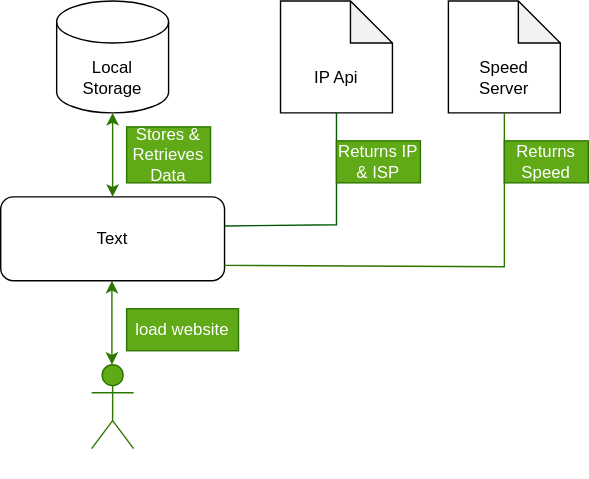
tsxepo-web/InternetSpeedTest keeps this draw.io diagram as SpeedTest.drawio.svg. Above is the earlier version. Source tidied: cells renumbered, new cells last; positions are measured from the earlier drawing's top-left corner, leaving out a move shared by most shapes.
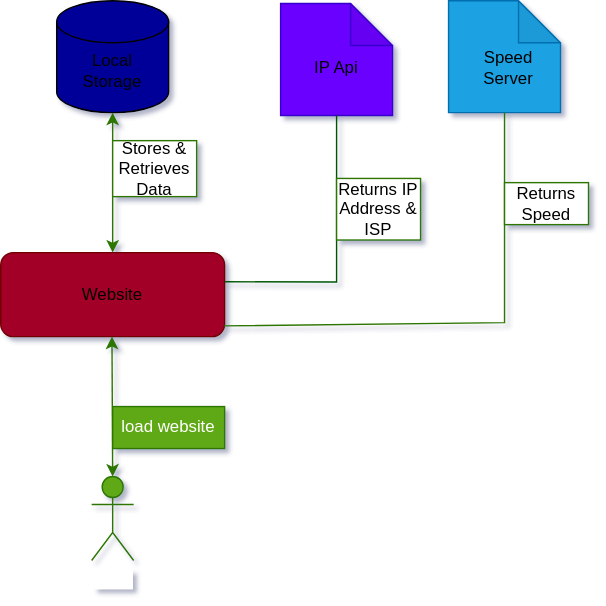
After the change.

What changed in the source:
```diff
@@ -1,70 +1,68 @@
-<mxGraphModel background="#ffffff">
+<mxGraphModel background="#ffffff" shadow="1">
   <root>
     <mxCell id="0" />
     <mxCell id="1" parent="0" />
-    <mxCell id="2" style="rounded=1;whiteSpace=wrap;html=1;" parent="1" vertex="1">
-      <mxGeometry y="140" width="160" height="60" as="geometry" />
+    <mxCell id="2" style="rounded=1;whiteSpace=wrap;html=1;fillColor=#a20025;fontColor=#ffffff;strokeColor=#6F0000;" parent="1" vertex="1">
+      <mxGeometry x="120" y="180" width="160" height="60" as="geometry" />
     </mxCell>
     <mxCell id="3" value="Actor" style="shape=umlActor;verticalLabelPosition=bottom;verticalAlign=top;html=1;outlineConnect=0;fillColor=#60a917;fontColor=#ffffff;strokeColor=#2D7600;labelBackgroundColor=default;" parent="1" vertex="1">
-      <mxGeometry x="65" y="260" width="30" height="60" as="geometry" />
+      <mxGeometry x="185" y="340" width="30" height="60" as="geometry" />
     </mxCell>
-    <mxCell id="4" style="shape=note;whiteSpace=wrap;html=1;backgroundOutline=1;darkOpacity=0.05;" parent="1" vertex="1">
-      <mxGeometry x="200" width="80" height="80" as="geometry" />
+    <mxCell id="4" style="shape=note;whiteSpace=wrap;html=1;backgroundOutline=1;darkOpacity=0.05;fillColor=#6a00ff;fontColor=#ffffff;strokeColor=#3700CC;" parent="1" vertex="1">
+      <mxGeometry x="320" y="2" width="80" height="80" as="geometry" />
     </mxCell>
-    <mxCell id="5" style="shape=note;whiteSpace=wrap;html=1;backgroundOutline=1;darkOpacity=0.05;" parent="1" vertex="1">
-      <mxGeometry x="320" width="80" height="80" as="geometry" />
+    <mxCell id="5" style="shape=note;whiteSpace=wrap;html=1;backgroundOutline=1;darkOpacity=0.05;fillColor=#1ba1e2;fontColor=#ffffff;strokeColor=#006EAF;" parent="1" vertex="1">
+      <mxGeometry x="440" width="80" height="80" as="geometry" />
     </mxCell>
-    <mxCell id="6" style="shape=cylinder3;whiteSpace=wrap;html=1;boundedLbl=1;backgroundOutline=1;size=15;" parent="1" vertex="1">
-      <mxGeometry x="40" width="80" height="80" as="geometry" />
+    <mxCell id="6" style="shape=cylinder3;whiteSpace=wrap;html=1;boundedLbl=1;backgroundOutline=1;size=15;fontColor=#FFFFFF;labelBackgroundColor=none;labelBorderColor=none;fillColor=#000099;" parent="1" vertex="1">
+      <mxGeometry x="160" width="80" height="80" as="geometry" />
     </mxCell>
     <mxCell id="7" style="endArrow=classic;startArrow=classic;html=1;rounded=0;exitX=0.5;exitY=0;exitDx=0;exitDy=0;entryX=0.5;entryY=1;entryDx=0;entryDy=0;entryPerimeter=0;fillColor=#60a917;strokeColor=#2D7600;" parent="1" edge="1" source="2" target="6">
       <mxGeometry relative="1" as="geometry" />
     </mxCell>
-    <mxCell id="8" style="endArrow=classic;startArrow=classic;html=1;rounded=0;exitX=0.5;exitY=0;exitDx=0;exitDy=0;entryX=0.5;entryY=1;entryDx=0;entryDy=0;entryPerimeter=0;fillColor=#60a917;strokeColor=#2D7600;" parent="1" edge="1">
+    <mxCell id="8" style="endArrow=classic;startArrow=classic;html=1;rounded=0;exitX=0.5;exitY=0;exitDx=0;exitDy=0;entryX=0.5;entryY=1;entryDx=0;entryDy=0;entryPerimeter=0;fillColor=#60a917;strokeColor=#2D7600;exitPerimeter=0;" parent="1" edge="1" source="3">
       <mxGeometry relative="1" as="geometry">
-        <mxPoint x="79.5" y="260" as="sourcePoint" />
-        <mxPoint x="79.5" y="200" as="targetPoint" />
+        <mxPoint x="199.5" y="240" as="targetPoint" />
       </mxGeometry>
     </mxCell>
-    <mxCell id="9" style="endArrow=none;html=1;rounded=0;exitX=1.002;exitY=0.347;exitDx=0;exitDy=0;exitPerimeter=0;fillColor=#008a00;strokeColor=#005700;" parent="1" edge="1" source="2">
+    <mxCell id="9" style="endArrow=none;html=1;rounded=0;exitX=1.002;exitY=0.347;exitDx=0;exitDy=0;exitPerimeter=0;fillColor=#008a00;strokeColor=#005700;entryX=0.5;entryY=1;entryDx=0;entryDy=0;entryPerimeter=0;" parent="1" edge="1" source="2" target="4">
       <mxGeometry relative="1" as="geometry">
-        <mxPoint x="240" y="80" as="targetPoint" />
         <Array as="points">
-          <mxPoint x="240" y="160" />
+          <mxPoint x="360" y="201" />
         </Array>
       </mxGeometry>
     </mxCell>
-    <mxCell id="10" style="endArrow=none;html=1;rounded=0;entryX=0.5;entryY=1;entryDx=0;entryDy=0;entryPerimeter=0;fillColor=#60a917;strokeColor=#2D7600;" parent="1" edge="1" target="5">
+    <mxCell id="10" style="endArrow=none;html=1;rounded=0;fillColor=#60a917;strokeColor=#2D7600;exitX=0.996;exitY=0.873;exitDx=0;exitDy=0;exitPerimeter=0;" parent="1" edge="1" source="2">
       <mxGeometry relative="1" as="geometry">
-        <mxPoint x="160" y="189" as="sourcePoint" />
+        <mxPoint x="480" y="80" as="targetPoint" />
         <Array as="points">
-          <mxPoint x="360" y="190" />
+          <mxPoint x="480" y="230" />
         </Array>
       </mxGeometry>
     </mxCell>
     <mxCell id="11" value="Local Storage" style="text;html=1;strokeColor=none;fillColor=none;align=center;verticalAlign=middle;whiteSpace=wrap;rounded=0;" parent="1" vertex="1">
-      <mxGeometry x="50" y="40" width="60" height="30" as="geometry" />
+      <mxGeometry x="170" y="35" width="60" height="30" as="geometry" />
     </mxCell>
-    <mxCell id="12" value="Text" style="text;html=1;strokeColor=none;fillColor=none;align=center;verticalAlign=middle;whiteSpace=wrap;rounded=0;" parent="1" vertex="1">
-      <mxGeometry x="50" y="155" width="60" height="30" as="geometry" />
+    <mxCell id="12" value="Website" style="text;html=1;strokeColor=none;fillColor=none;align=center;verticalAlign=middle;whiteSpace=wrap;rounded=0;" parent="1" vertex="1">
+      <mxGeometry x="170" y="195" width="60" height="30" as="geometry" />
     </mxCell>
     <mxCell id="13" value="Speed Server" style="text;html=1;strokeColor=none;fillColor=none;align=center;verticalAlign=middle;whiteSpace=wrap;rounded=0;" parent="1" vertex="1">
-      <mxGeometry x="330" y="40" width="60" height="30" as="geometry" />
+      <mxGeometry x="453" y="33" width="60" height="30" as="geometry" />
     </mxCell>
     <mxCell id="14" value="IP Api" style="text;html=1;strokeColor=none;fillColor=none;align=center;verticalAlign=middle;whiteSpace=wrap;rounded=0;" parent="1" vertex="1">
-      <mxGeometry x="210" y="40" width="60" height="30" as="geometry" />
+      <mxGeometry x="330" y="33" width="60" height="30" as="geometry" />
     </mxCell>
-    <mxCell id="15" value="Returns Speed" style="text;html=1;strokeColor=#2D7600;fillColor=#60a917;align=center;verticalAlign=middle;whiteSpace=wrap;rounded=0;fontColor=#ffffff;" parent="1" vertex="1">
-      <mxGeometry x="360" y="100" width="60" height="30" as="geometry" />
+    <mxCell id="15" value="Returns Speed" style="text;html=1;strokeColor=#2D7600;fillColor=#FFFFFF;align=center;verticalAlign=middle;whiteSpace=wrap;rounded=0;fontColor=#000000;" parent="1" vertex="1">
+      <mxGeometry x="480" y="130" width="60" height="30" as="geometry" />
     </mxCell>
-    <mxCell id="16" value="Returns IP &amp;amp; ISP" style="text;html=1;strokeColor=#2D7600;fillColor=#60a917;align=center;verticalAlign=middle;whiteSpace=wrap;rounded=0;fontColor=#ffffff;" parent="1" vertex="1">
-      <mxGeometry x="240" y="100" width="60" height="30" as="geometry" />
+    <mxCell id="16" value="Returns IP Address &amp;amp; ISP" style="text;html=1;strokeColor=#2D7600;fillColor=#FFFFFF;align=center;verticalAlign=middle;whiteSpace=wrap;rounded=0;fontColor=#000000;" parent="1" vertex="1">
+      <mxGeometry x="360" y="127" width="60" height="44" as="geometry" />
     </mxCell>
-    <mxCell id="17" value="Stores &amp;amp; Retrieves Data" style="text;html=1;strokeColor=#2D7600;fillColor=#60a917;align=center;verticalAlign=middle;whiteSpace=wrap;rounded=0;fontColor=#ffffff;" parent="1" vertex="1">
-      <mxGeometry x="90" y="90" width="60" height="40" as="geometry" />
+    <mxCell id="17" value="Stores &amp;amp; Retrieves Data" style="text;html=1;strokeColor=#2D7600;fillColor=#FFFFFF;align=center;verticalAlign=middle;whiteSpace=wrap;rounded=0;fontColor=#000000;" parent="1" vertex="1">
+      <mxGeometry x="200" y="100" width="60" height="40" as="geometry" />
     </mxCell>
     <mxCell id="18" value="load website" style="text;html=1;strokeColor=#2D7600;fillColor=#60a917;align=center;verticalAlign=middle;whiteSpace=wrap;rounded=0;fontColor=#ffffff;" parent="1" vertex="1">
-      <mxGeometry x="90" y="220" width="80" height="30" as="geometry" />
+      <mxGeometry x="200" y="290" width="80" height="30" as="geometry" />
     </mxCell>
   </root>
 </mxGraphModel>
```
